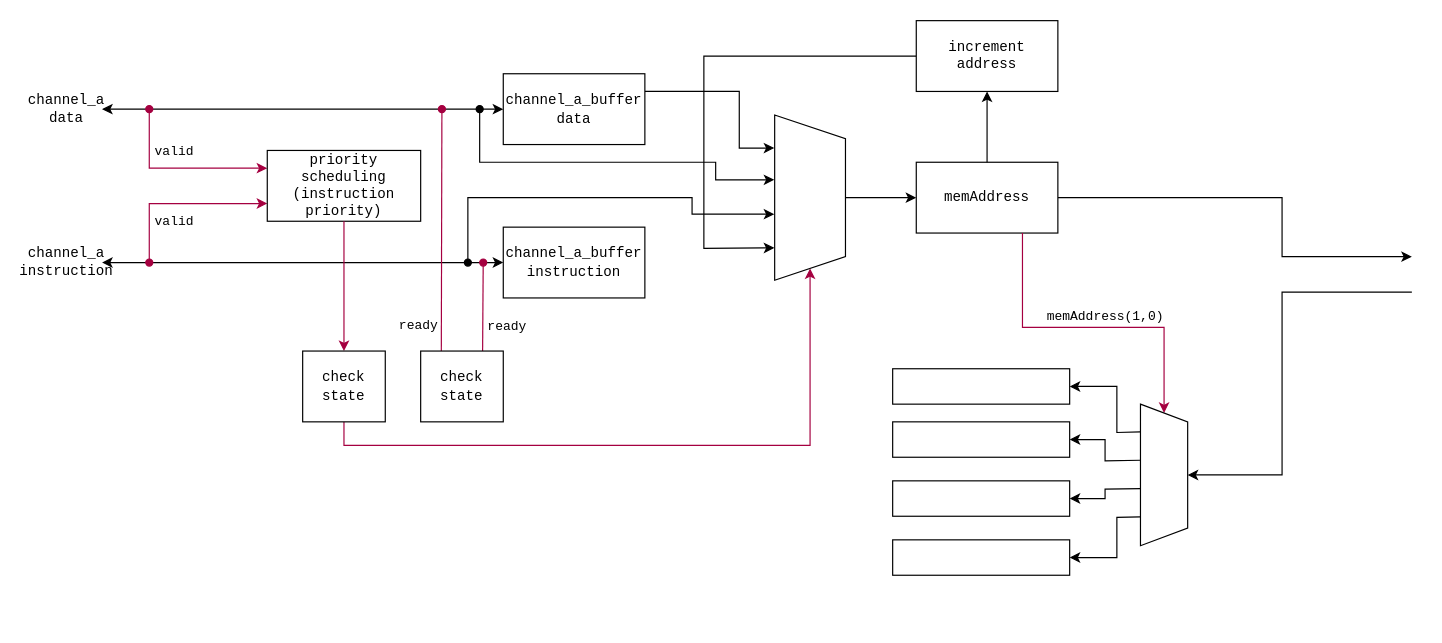
Earlier version of the draw.io diagram page "Page-4" (4 of 4) of raven_core/block diagrum/raven_core_block_diagrum.drawio (Kaveesha-98/065-538-720-GNC). Source tidied: cells renumbered, new cells numbered last; positions are measured from the earlier drawing's top-left corner, leaving out a move shared by most shapes. Both pictures are drawn from the tidied source at 118%, with x=0, y=0 at pixel (31, 20).
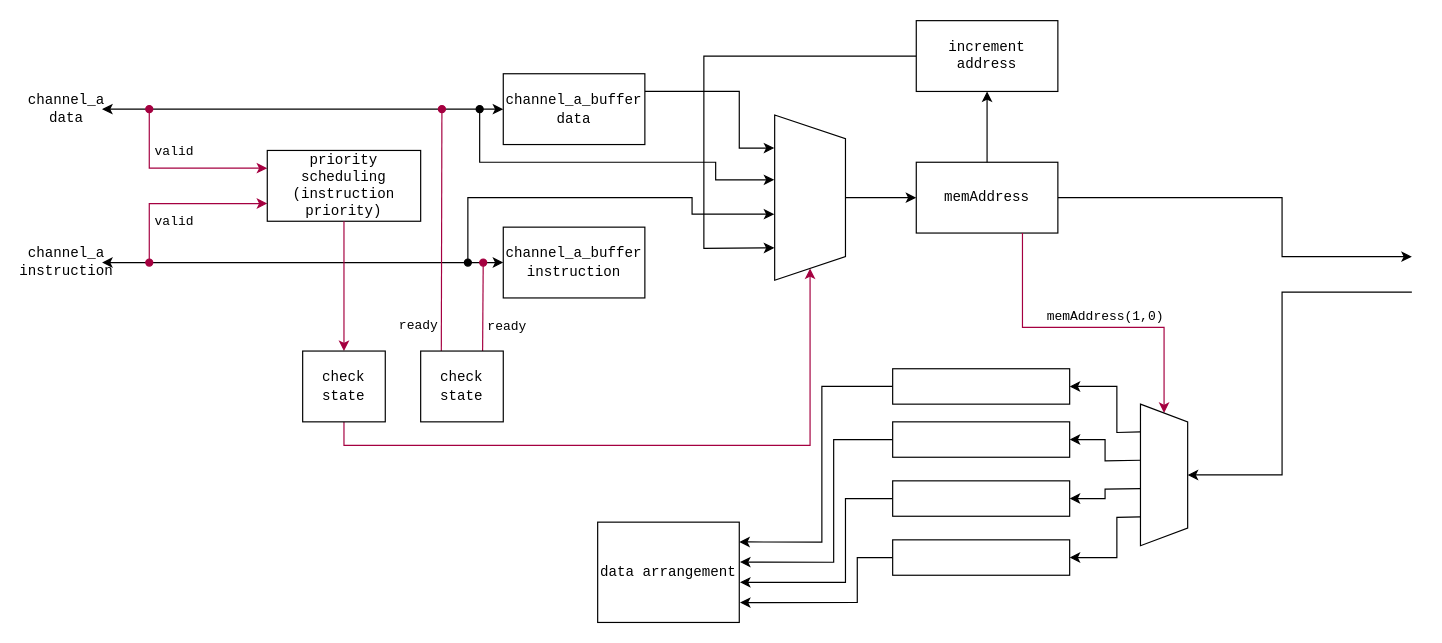
After the change.

Unchanged cells that the change refers to:
```xml
<mxCell id="31" style="rounded=0;whiteSpace=wrap;html=1;fontFamily=Courier New;" parent="1" vertex="1">
  <mxGeometry x="730" y="295" width="150" height="30" as="geometry" />
</mxCell>
<mxCell id="33" style="rounded=0;whiteSpace=wrap;html=1;fontFamily=Courier New;" parent="1" vertex="1">
  <mxGeometry x="730" y="340" width="150" height="30" as="geometry" />
</mxCell>
<mxCell id="35" style="rounded=0;whiteSpace=wrap;html=1;fontFamily=Courier New;" parent="1" vertex="1">
  <mxGeometry x="730" y="390" width="150" height="30" as="geometry" />
</mxCell>
<mxCell id="37" style="rounded=0;whiteSpace=wrap;html=1;fontFamily=Courier New;" parent="1" vertex="1">
  <mxGeometry x="730" y="440" width="150" height="30" as="geometry" />
</mxCell>
```

What changed in the source:
```diff
@@
+    <mxCell id="42" style="edgeStyle=none;rounded=0;html=1;exitX=0;exitY=0.5;exitDx=0;exitDy=0;fontFamily=Courier New;startArrow=none;startFill=0;endArrow=classic;endFill=1;entryX=1;entryY=0.197;entryDx=0;entryDy=0;entryPerimeter=0;" parent="1" edge="1" source="31" target="46">
+      <mxGeometry relative="1" as="geometry">
+        <Array as="points">
+          <mxPoint x="670" y="310" />
+          <mxPoint x="670" y="442" />
+        </Array>
+      </mxGeometry>
+    </mxCell>
@@
+    <mxCell id="43" style="edgeStyle=none;rounded=0;html=1;exitX=0;exitY=0.5;exitDx=0;exitDy=0;fontFamily=Courier New;startArrow=none;startFill=0;endArrow=classic;endFill=1;entryX=1.005;entryY=0.398;entryDx=0;entryDy=0;entryPerimeter=0;" parent="1" edge="1" source="33" target="46">
+      <mxGeometry relative="1" as="geometry">
+        <Array as="points">
+          <mxPoint x="680" y="355" />
+          <mxPoint x="680" y="459" />
+        </Array>
+      </mxGeometry>
+    </mxCell>
@@
+    <mxCell id="44" style="edgeStyle=none;rounded=0;html=1;exitX=0;exitY=0.5;exitDx=0;exitDy=0;fontFamily=Courier New;startArrow=none;startFill=0;endArrow=classic;endFill=1;entryX=1.005;entryY=0.6;entryDx=0;entryDy=0;entryPerimeter=0;" parent="1" edge="1" source="35" target="46">
+      <mxGeometry relative="1" as="geometry">
+        <Array as="points">
+          <mxPoint x="690" y="405" />
+          <mxPoint x="690" y="476" />
+        </Array>
+      </mxGeometry>
+    </mxCell>
@@
+    <mxCell id="45" style="edgeStyle=none;rounded=0;html=1;exitX=0;exitY=0.5;exitDx=0;exitDy=0;fontFamily=Courier New;startArrow=none;startFill=0;endArrow=classic;endFill=1;entryX=1.005;entryY=0.802;entryDx=0;entryDy=0;entryPerimeter=0;" parent="1" edge="1" source="37" target="46">
+      <mxGeometry relative="1" as="geometry">
+        <Array as="points">
+          <mxPoint x="700" y="455" />
+          <mxPoint x="700" y="493" />
+        </Array>
+      </mxGeometry>
+    </mxCell>
@@
+    <mxCell id="46" value="data arrangement" style="rounded=0;whiteSpace=wrap;html=1;fontFamily=Courier New;" parent="1" vertex="1">
+      <mxGeometry x="480" y="425" width="120" height="85" as="geometry" />
+    </mxCell>
```
